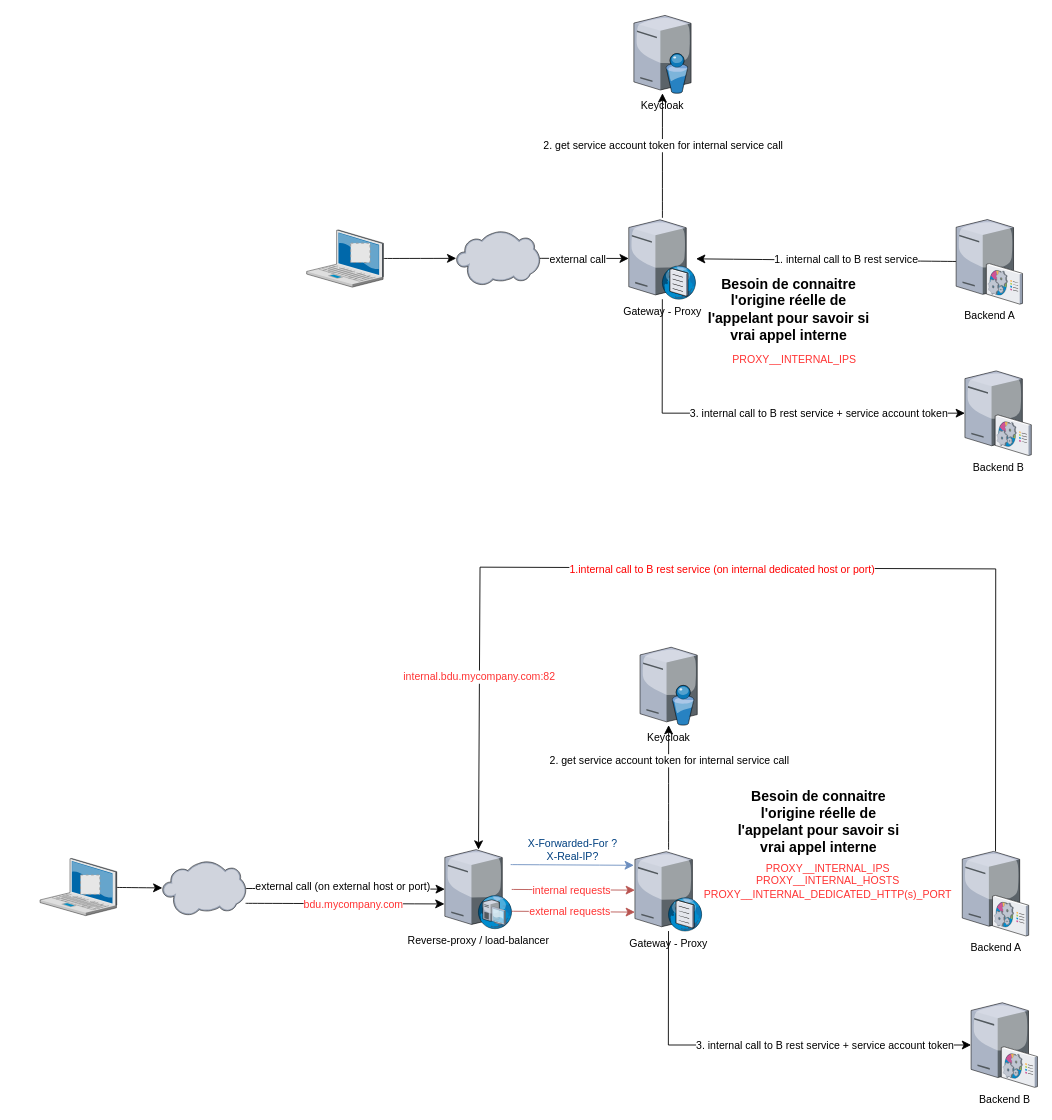
This is internal-calls.drawio from omasseau/drawio, a draw.io file, before an edit. Source tidied: cells renumbered, new cells numbered last; positions are measured from the earlier drawing's top-left corner, leaving out a move shared by most shapes. Both pictures are drawn from the tidied source at 88%, with x=0, y=0 at pixel (40, 15). Pictures stored in the file or linked from it are replaced by grey dashed boxes.
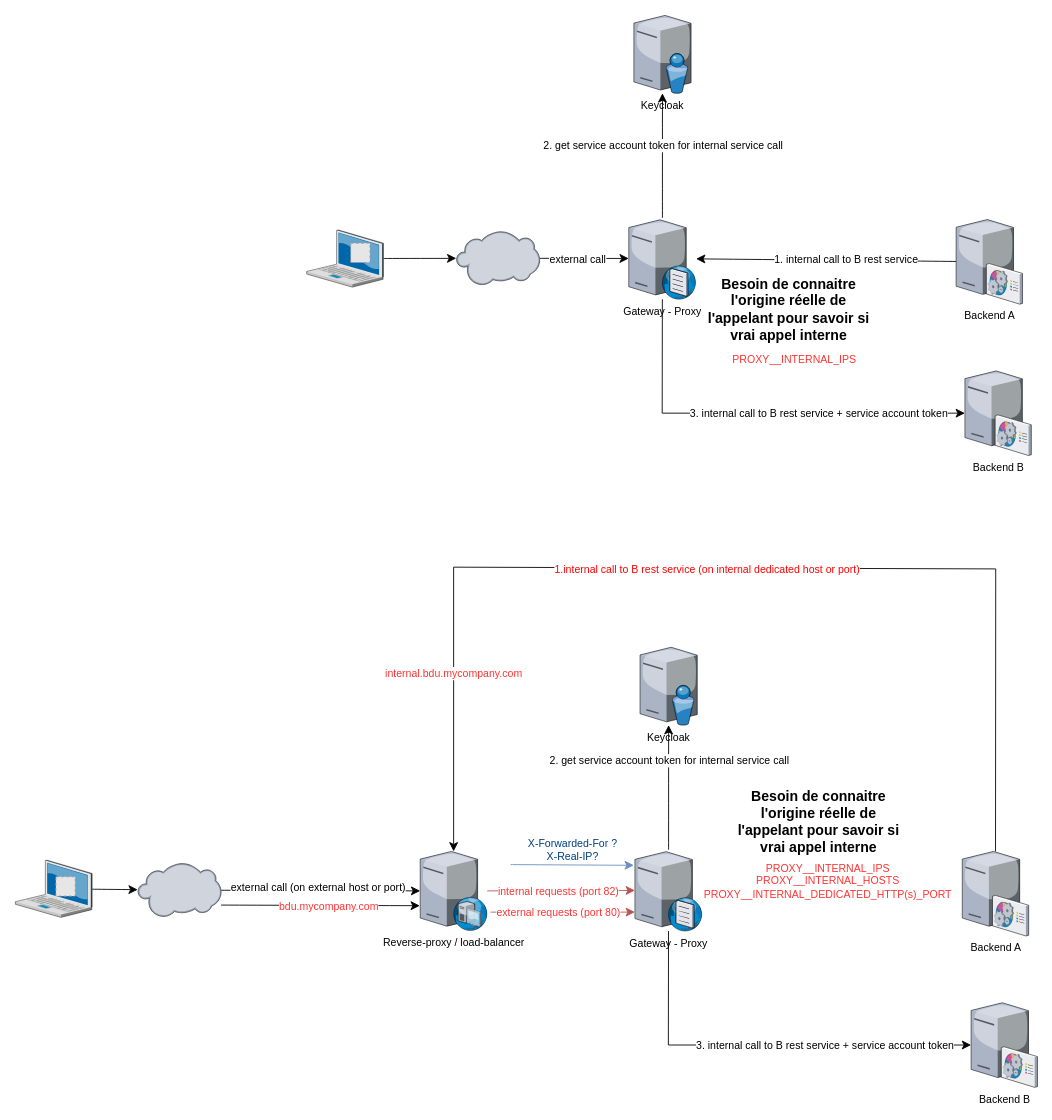
After the change.

Commit message (it also covers changes not shown here):
Mettre à jour internal-calls.drawio

The change refers to these unchanged cells:
```xml
<mxCell id="26" value="Backend A" style="verticalLabelPosition=bottom;sketch=0;html=1;verticalAlign=top;strokeColor=none;align=center;outlineConnect=0;shape=mxgraph.citrix.command_center;rounded=1;labelBackgroundColor=none;" parent="1" vertex="1">
  <mxGeometry x="1048" y="950" width="75.5" height="96" as="geometry" />
</mxCell>
<mxCell id="37" style="edgeStyle=none;curved=1;rounded=0;jettySize=auto;html=1;fontSize=12;startSize=8;endSize=8;fillColor=#f8cecc;strokeColor=#b85450;" parent="1" edge="1" source="42" target="22">
  <mxGeometry relative="1" as="geometry" />
</mxCell>
```

The edit, as a diff of the source:
```diff
@@
     <mxCell id="23" style="edgeStyle=none;curved=0;rounded=0;jettySize=auto;html=1;fontSize=12;startSize=8;endSize=8;strokeColor=default;" parent="1" edge="1" source="26" target="42">
       <mxGeometry relative="1" as="geometry">
         <Array as="points">
           <mxPoint x="1086" y="629" />
-          <mxPoint x="500" y="627" />
+          <mxPoint x="470" y="627" />
         </Array>
       </mxGeometry>
     </mxCell>
@@
-    <mxCell id="25" value="internal.bdu.mycompany.com:82" style="edgeLabel;html=1;align=center;verticalAlign=middle;fontSize=12;fontColor=#FF3333;" parent="23" vertex="1">
+    <mxCell id="25" value="internal.bdu.mycompany.com" style="edgeLabel;html=1;align=center;verticalAlign=middle;fontSize=12;fontColor=#FF3333;" parent="23" vertex="1">
       <mxGeometry x="0.68" y="-1" relative="1" as="geometry" />
     </mxCell>
@@
     <mxCell id="29" style="edgeStyle=none;curved=1;rounded=0;orthogonalLoop=1;jettySize=auto;html=1;fontSize=12;startSize=8;endSize=8;" parent="1" edge="1">
       <mxGeometry relative="1" as="geometry">
-        <mxPoint x="233.6" y="1009" as="sourcePoint" />
-        <mxPoint x="459.6" y="1009.7" as="targetPoint" />
+        <mxPoint x="205.6" y="1011" as="sourcePoint" />
+        <mxPoint x="431.6" y="1011.7" as="targetPoint" />
       </mxGeometry>
     </mxCell>
@@
     <mxCell id="31" style="verticalLabelPosition=bottom;sketch=0;html=1;verticalAlign=top;strokeColor=none;align=center;outlineConnect=0;shape=mxgraph.citrix.cloud;rounded=1;labelBackgroundColor=none;" parent="1" vertex="1">
-      <mxGeometry x="139" y="961" width="95" height="62" as="geometry" />
+      <mxGeometry x="111" y="963" width="95" height="62" as="geometry" />
     </mxCell>
@@
     <mxCell id="33" style="verticalLabelPosition=bottom;sketch=0;html=1;verticalAlign=top;strokeColor=none;align=center;outlineConnect=0;shape=mxgraph.citrix.laptop_2;rounded=1;labelBackgroundColor=none;" parent="1" vertex="1">
-      <mxGeometry y="958" width="87.2" height="65" as="geometry" />
+      <mxGeometry x="-28" y="960" width="87.2" height="65" as="geometry" />
     </mxCell>
     <mxCell id="34" style="fillColor=#E6E6E6;strokeColor=#999999;dashed=1;html=1;verticalAlign=top;verticalLabelPosition=bottom;labelBackgroundColor=none;" parent="1" vertex="1">
-      <mxGeometry x="46" y="976.8" width="22" height="22" as="geometry" />
+      <mxGeometry x="18" y="978.8" width="22" height="22" as="geometry" />
     </mxCell>
@@
-    <mxCell id="38" value="internal requests" style="edgeLabel;html=1;align=center;verticalAlign=middle;fontSize=12;fontColor=#FF3333;" parent="37" vertex="1">
+    <mxCell id="38" value="internal requests (port 82)" style="edgeLabel;html=1;align=center;verticalAlign=middle;fontSize=12;fontColor=#FF3333;" parent="37" vertex="1">
       <mxGeometry x="-0.16" y="-4" relative="1" as="geometry">
         <mxPoint x="9" y="-3" as="offset" />
       </mxGeometry>
     </mxCell>
-    <mxCell id="39" style="edgeStyle=none;curved=1;rounded=0;orthogonalLoop=1;jettySize=auto;html=1;fontSize=12;startSize=8;endSize=8;fillColor=#f8cecc;strokeColor=#b85450;" parent="1" edge="1">
+    <mxCell id="39" style="edgeStyle=none;curved=1;rounded=0;jettySize=auto;html=1;fontSize=12;startSize=8;endSize=8;fillColor=#f8cecc;strokeColor=#b85450;exitX=1.053;exitY=0.767;exitDx=0;exitDy=0;exitPerimeter=0;" parent="1" edge="1" source="42">
       <mxGeometry relative="1" as="geometry">
-        <mxPoint x="536" y="1018" as="sourcePoint" />
         <mxPoint x="676" y="1019" as="targetPoint" />
       </mxGeometry>
     </mxCell>
-    <mxCell id="40" value="external requests" style="edgeLabel;html=1;align=center;verticalAlign=middle;fontSize=12;fontColor=#FF3333;" parent="39" vertex="1">
+    <mxCell id="40" value="external requests (port 80)" style="edgeLabel;html=1;align=center;verticalAlign=middle;fontSize=12;fontColor=#FF3333;" parent="39" vertex="1">
       <mxGeometry x="0.24" relative="1" as="geometry">
-        <mxPoint x="-21" as="offset" />
+        <mxPoint x="-26" as="offset" />
       </mxGeometry>
     </mxCell>
@@
     <mxCell id="42" value="Reverse-proxy / load-balancer" style="verticalLabelPosition=bottom;sketch=0;html=1;verticalAlign=top;strokeColor=none;align=center;outlineConnect=0;shape=mxgraph.citrix.dhcp_server;rounded=1;labelBackgroundColor=none;" parent="1" vertex="1">
-      <mxGeometry x="460" y="948" width="76" height="90" as="geometry" />
+      <mxGeometry x="432" y="950" width="76" height="90" as="geometry" />
     </mxCell>
```
